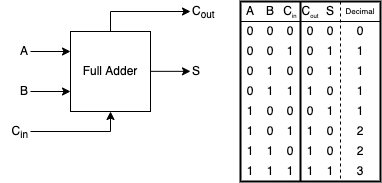
Before: assets/images/2021-12-21-verilogHDL_chapter3_combinational_logic/시스템_반도체_설계_3장-figure_16.drawio.png, a diagram exported from draw.io (ParkDongho/ParkDongho.github.io). Source tidied: cells renumbered, new cells last; positions are measured from the earlier drawing's top-left corner, leaving out a move shared by most shapes.
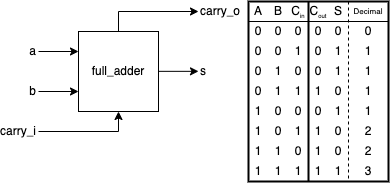
Later version of the same file.

What changed in the source:
```diff
@@ -10,7 +10,7 @@
         </Array>
       </mxGeometry>
     </mxCell>
-    <mxCell id="3" value="Full Adder" style="rounded=0;whiteSpace=wrap;html=1;fontSize=12;fillColor=none;" parent="1" vertex="1">
+    <mxCell id="3" value="full_adder" style="rounded=0;whiteSpace=wrap;html=1;fontSize=12;fillColor=none;" parent="1" vertex="1">
       <mxGeometry x="70" y="30" width="80" height="80" as="geometry" />
     </mxCell>
     <mxCell id="4" style="endArrow=classic;html=1;rounded=0;fontSize=12;" parent="1" edge="1">
@@ -39,19 +39,19 @@
         <mxPoint x="190" y="69.8" as="targetPoint" />
       </mxGeometry>
     </mxCell>
-    <mxCell id="8" value="A" style="text;html=1;strokeColor=none;fillColor=none;align=right;verticalAlign=middle;whiteSpace=wrap;rounded=0;fontSize=12;" parent="1" vertex="1">
+    <mxCell id="8" value="a" style="text;html=1;strokeColor=none;fillColor=none;align=right;verticalAlign=middle;whiteSpace=wrap;rounded=0;fontSize=12;" parent="1" vertex="1">
       <mxGeometry y="40" width="30" height="20" as="geometry" />
     </mxCell>
-    <mxCell id="9" value="B" style="text;html=1;strokeColor=none;fillColor=none;align=right;verticalAlign=middle;whiteSpace=wrap;rounded=0;fontSize=12;" parent="1" vertex="1">
+    <mxCell id="9" value="b" style="text;html=1;strokeColor=none;fillColor=none;align=right;verticalAlign=middle;whiteSpace=wrap;rounded=0;fontSize=12;" parent="1" vertex="1">
       <mxGeometry y="80" width="30" height="20" as="geometry" />
     </mxCell>
-    <mxCell id="10" value="S" style="text;html=1;strokeColor=none;fillColor=none;align=left;verticalAlign=middle;whiteSpace=wrap;rounded=0;fontSize=12;" parent="1" vertex="1">
+    <mxCell id="10" value="s" style="text;html=1;strokeColor=none;fillColor=none;align=left;verticalAlign=middle;whiteSpace=wrap;rounded=0;fontSize=12;" parent="1" vertex="1">
       <mxGeometry x="190" y="60" width="40" height="20" as="geometry" />
     </mxCell>
-    <mxCell id="11" value="C&lt;sub&gt;in&lt;/sub&gt;" style="text;html=1;strokeColor=none;fillColor=none;align=right;verticalAlign=middle;whiteSpace=wrap;rounded=0;fontSize=12;" parent="1" vertex="1">
+    <mxCell id="11" value="carry_i" style="text;html=1;strokeColor=none;fillColor=none;align=right;verticalAlign=middle;whiteSpace=wrap;rounded=0;fontSize=12;" parent="1" vertex="1">
       <mxGeometry y="120" width="30" height="20" as="geometry" />
     </mxCell>
-    <mxCell id="12" value="C&lt;sub&gt;out&lt;/sub&gt;" style="text;html=1;strokeColor=none;fillColor=none;align=left;verticalAlign=middle;whiteSpace=wrap;rounded=0;fontSize=12;" parent="1" vertex="1">
+    <mxCell id="12" value="carry_o" style="text;html=1;strokeColor=none;fillColor=none;align=left;verticalAlign=middle;whiteSpace=wrap;rounded=0;fontSize=12;" parent="1" vertex="1">
       <mxGeometry x="190" width="40" height="20" as="geometry" />
     </mxCell>
     <mxCell id="13" value="C&lt;sub&gt;&lt;font style=&quot;font-size: 6px&quot;&gt;in&lt;/font&gt;&lt;/sub&gt;" style="text;html=1;strokeColor=none;fillColor=none;align=center;verticalAlign=middle;whiteSpace=wrap;rounded=0;fontSize=12;" parent="1" vertex="1">
```
